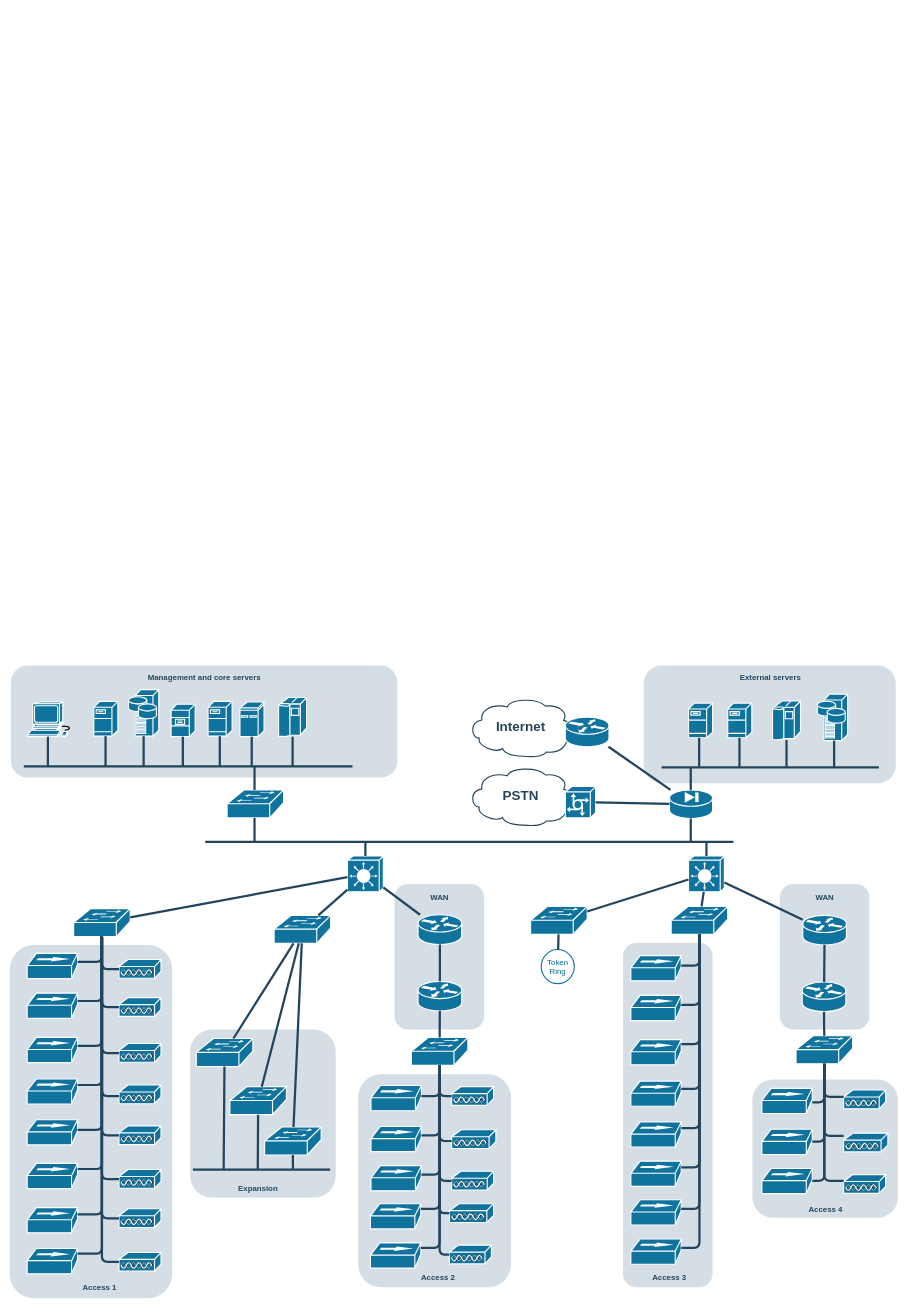
Above: Untitled Diagram.drawio in handbg/dxviet (draw.io), before the change. Source tidied: cells renumbered, new cells numbered last; positions are measured from the earlier drawing's top-left corner, leaving out a move shared by most shapes. Both pictures are drawn from the tidied source at 56%, with x=0, y=0 at pixel (10, 665).
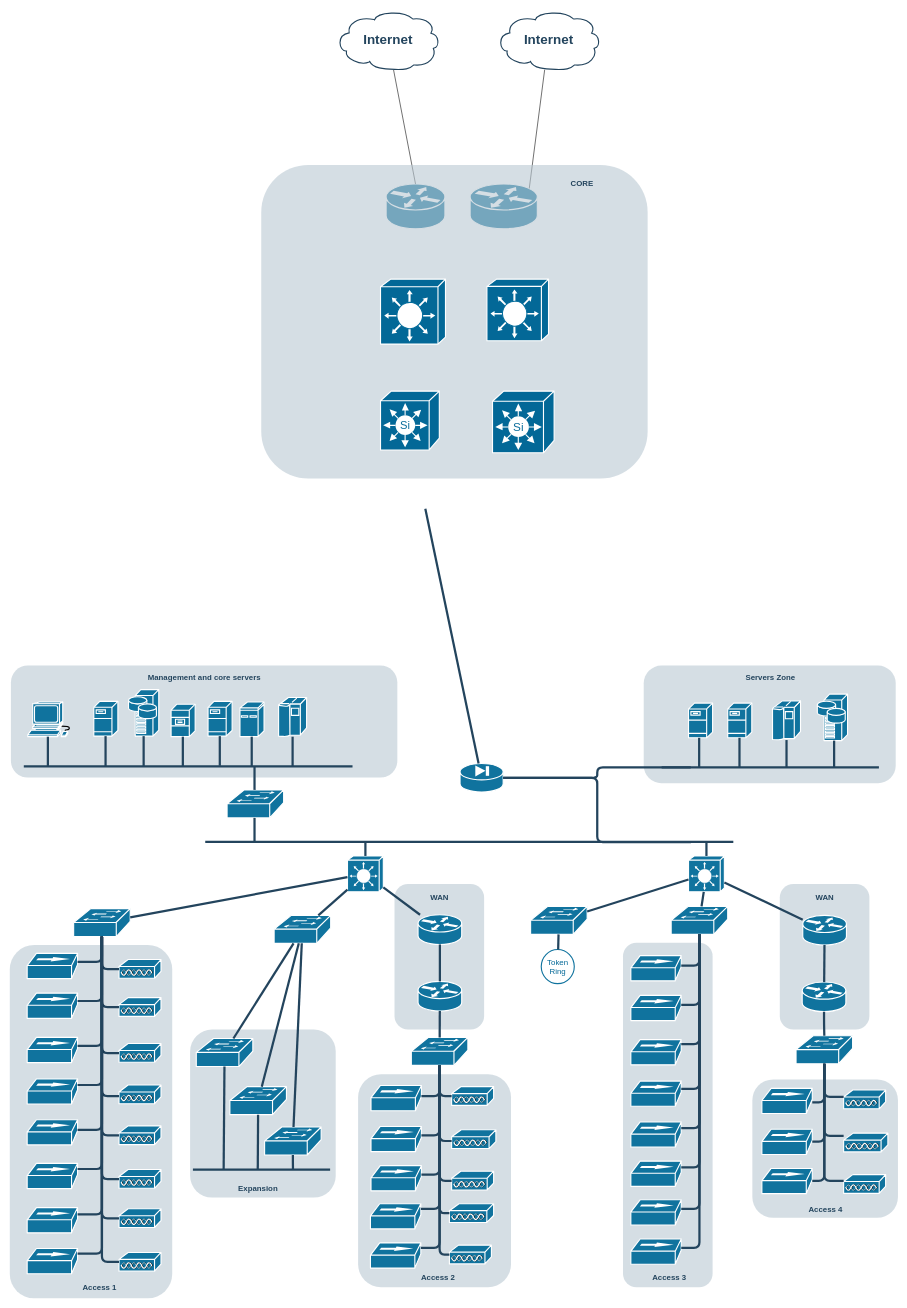
The same page after the edit.

Commit message:
Pearl - Core network.drawio

The edit, as a diff of the source:
```diff
@@
     <mxCell id="24" style="shape=mxgraph.cisco.security.pix_firewall;html=1;dashed=0;fillColor=#10739E;strokeColor=#ffffff;strokeWidth=2;verticalLabelPosition=bottom;verticalAlign=top;fontFamily=Helvetica;fontSize=36;fontColor=#FFB366;" parent="1" vertex="1">
-      <mxGeometry x="1178" y="222" width="77" height="51" as="geometry" />
+      <mxGeometry x="804" y="175" width="77" height="51" as="geometry" />
     </mxCell>
     <mxCell id="25" value="Internet" style="shape=mxgraph.cisco.storage.cloud;html=1;dashed=0;strokeColor=#23445D;fillColor=#ffffff;strokeWidth=2;fontFamily=Helvetica;fontSize=24;fontColor=#23445D;align=center;fontStyle=1;" parent="1" vertex="1">
-      <mxGeometry x="819" y="57" width="186" height="106" as="geometry" />
+      <mxGeometry x="869" y="-1170" width="186" height="106" as="geometry" />
     </mxCell>
-    <mxCell id="26" value="PSTN" style="shape=mxgraph.cisco.storage.cloud;html=1;dashed=0;strokeColor=#23445D;fillColor=#ffffff;strokeWidth=2;fontFamily=Helvetica;fontSize=24;fontColor=#23445D;fontStyle=1;" parent="1" vertex="1">
-      <mxGeometry x="819" y="180" width="186" height="106" as="geometry" />
-    </mxCell>
-    <mxCell id="27" style="shape=mxgraph.cisco.servers.communications_server;html=1;dashed=0;fillColor=#10739E;strokeColor=#ffffff;strokeWidth=2;verticalLabelPosition=bottom;verticalAlign=top;fontFamily=Helvetica;fontSize=36;fontColor=#FFB366;" parent="1" vertex="1">
-      <mxGeometry x="992" y="216" width="54" height="56" as="geometry" />
-    </mxCell>
@@
     <mxCell id="54" style="shape=mxgraph.cisco.routers.router;html=1;dashed=0;fillColor=#10739E;strokeColor=#ffffff;strokeWidth=2;verticalLabelPosition=bottom;verticalAlign=top;fontFamily=Helvetica;fontSize=36;fontColor=#FFB366;" parent="1" vertex="1">
-      <mxGeometry x="992" y="92" width="78" height="53" as="geometry" />
+      <mxGeometry x="672" y="-860" width="105" height="80" as="geometry" />
     </mxCell>
@@
-    <mxCell id="86" style="elbow=horizontal;endArrow=none;html=1;strokeColor=#23445D;endFill=0;strokeWidth=4;rounded=1;" parent="1" edge="1" source="24" target="54">
-      <mxGeometry relative="1" as="geometry" />
+    <mxCell id="86" style="elbow=horizontal;endArrow=none;html=1;strokeColor=#23445D;endFill=0;strokeWidth=4;rounded=1;" parent="1" edge="1" source="24">
+      <mxGeometry relative="1" as="geometry">
+        <mxPoint x="742" y="-280" as="targetPoint" />
+      </mxGeometry>
     </mxCell>
-    <mxCell id="87" style="elbow=horizontal;endArrow=none;html=1;strokeColor=#23445D;endFill=0;strokeWidth=4;rounded=1;" parent="1" edge="1" source="24" target="27">
-      <mxGeometry relative="1" as="geometry" />
-    </mxCell>
@@
-    <mxCell id="143" value="&lt;font color=&quot;#23445d&quot;&gt;External servers&lt;/font&gt;" style="rounded=1;whiteSpace=wrap;html=1;strokeColor=none;fillColor=none;fontSize=14;fontColor=#742B21;align=center;fontStyle=1;" parent="1" vertex="1">
+    <mxCell id="143" value="&lt;font color=&quot;#23445d&quot;&gt;Servers Zone&lt;/font&gt;" style="rounded=1;whiteSpace=wrap;html=1;strokeColor=none;fillColor=none;fontSize=14;fontColor=#742B21;align=center;fontStyle=1;" parent="1" vertex="1">
       <mxGeometry x="1287" y="12" width="143" height="19" as="geometry" />
     </mxCell>
@@
+    <mxCell id="174" style="shape=mxgraph.cisco.routers.router;html=1;dashed=0;fillColor=#10739E;strokeColor=#ffffff;strokeWidth=2;verticalLabelPosition=bottom;verticalAlign=top;fontFamily=Helvetica;fontSize=36;fontColor=#FFB366;" parent="1" vertex="1">
+      <mxGeometry x="822" y="-860" width="120" height="80" as="geometry" />
+    </mxCell>
+    <mxCell id="175" style="endArrow=none;html=1;rounded=0;exitX=0.88;exitY=0.1;exitDx=0;exitDy=0;exitPerimeter=0;" parent="1" edge="1" source="174" target="25">
+      <mxGeometry relative="1" as="geometry" />
+    </mxCell>
+    <mxCell id="176" style="endArrow=none;html=1;rounded=0;exitX=0.5;exitY=0;exitDx=0;exitDy=0;exitPerimeter=0;" parent="1" edge="1" source="54" target="177">
+      <mxGeometry relative="1" as="geometry" />
+    </mxCell>
+    <mxCell id="177" value="Internet" style="shape=mxgraph.cisco.storage.cloud;html=1;dashed=0;strokeColor=#23445D;fillColor=#ffffff;strokeWidth=2;fontFamily=Helvetica;fontSize=24;fontColor=#23445D;align=center;fontStyle=1;" parent="1" vertex="1">
+      <mxGeometry x="582" y="-1170" width="186" height="106" as="geometry" />
+    </mxCell>
+    <mxCell id="178" style="rounded=1;whiteSpace=wrap;html=1;strokeColor=none;fillColor=#BAC8D3;fontSize=24;fontColor=#23445D;align=center;opacity=60;" parent="1" vertex="1">
+      <mxGeometry x="449" y="-894" width="690" height="560" as="geometry" />
+    </mxCell>
+    <mxCell id="179" value="&lt;font color=&quot;#23445d&quot;&gt;CORE&lt;/font&gt;" style="rounded=1;whiteSpace=wrap;html=1;strokeColor=none;fillColor=none;fontSize=14;fontColor=#742B21;align=center;fontStyle=1;" parent="1" vertex="1">
+      <mxGeometry x="982" y="-870" width="80" height="19" as="geometry" />
+    </mxCell>
+    <mxCell id="180" style="shape=mxgraph.cisco.switches.layer_3_switch;sketch=0;html=1;dashed=0;fillColor=#036897;strokeColor=#ffffff;strokeWidth=2;verticalLabelPosition=bottom;verticalAlign=top;align=center;" parent="1" vertex="1">
+      <mxGeometry x="662" y="-690" width="116" height="116" as="geometry" />
+    </mxCell>
+    <mxCell id="181" style="shape=mxgraph.cisco.switches.layer_3_switch;sketch=0;html=1;dashed=0;fillColor=#036897;strokeColor=#ffffff;strokeWidth=2;verticalLabelPosition=bottom;verticalAlign=top;align=center;" parent="1" vertex="1">
+      <mxGeometry x="852" y="-690" width="110" height="110" as="geometry" />
+    </mxCell>
+    <mxCell id="182" style="shape=mxgraph.cisco.switches.simultilayer_switch;sketch=0;html=1;dashed=0;fillColor=#036897;strokeColor=#ffffff;strokeWidth=2;verticalLabelPosition=bottom;verticalAlign=top;align=center;" parent="1" vertex="1">
+      <mxGeometry x="662" y="-490" width="105" height="105" as="geometry" />
+    </mxCell>
+    <mxCell id="183" style="shape=mxgraph.cisco.switches.simultilayer_switch;sketch=0;html=1;dashed=0;fillColor=#036897;strokeColor=#ffffff;strokeWidth=2;verticalLabelPosition=bottom;verticalAlign=top;align=center;" parent="1" vertex="1">
+      <mxGeometry x="862" y="-490" width="110" height="110" as="geometry" />
+    </mxCell>
```
